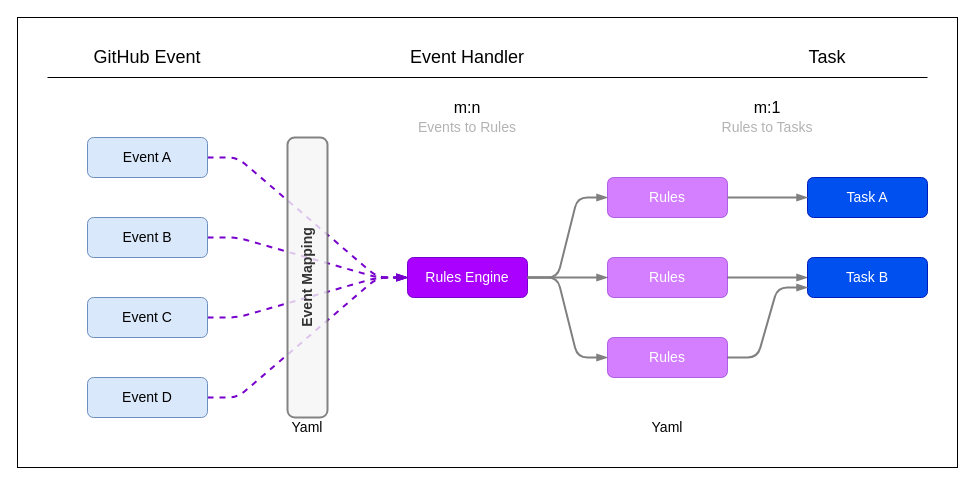
The draw.io diagram docs/images/RulesConcept-3.drawio in jefeish/github-regulator, before the edit. Source tidied: cells renumbered, new cells numbered last; positions are measured from the earlier drawing's top-left corner, leaving out a move shared by most shapes. Both pictures are drawn from the tidied source at 100%, with x=0, y=0 at pixel (17, 17).
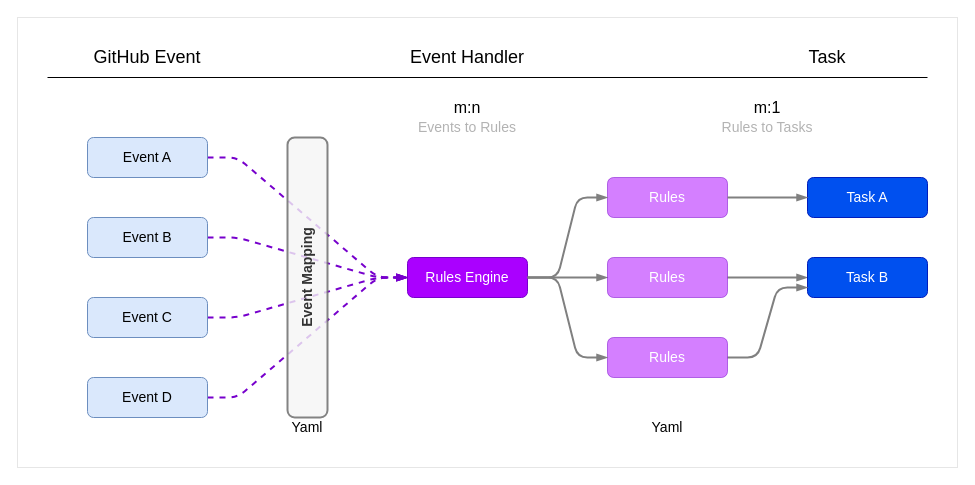
The same diagram, later.

What changed in the source:
```diff
@@
-    <mxCell id="2" style="rounded=0;whiteSpace=wrap;html=1;" parent="1" vertex="1">
+    <mxCell id="2" style="rounded=0;whiteSpace=wrap;html=1;strokeColor=#E6E6E6;" parent="1" vertex="1">
       <mxGeometry width="940" height="450" as="geometry" />
     </mxCell>
```
